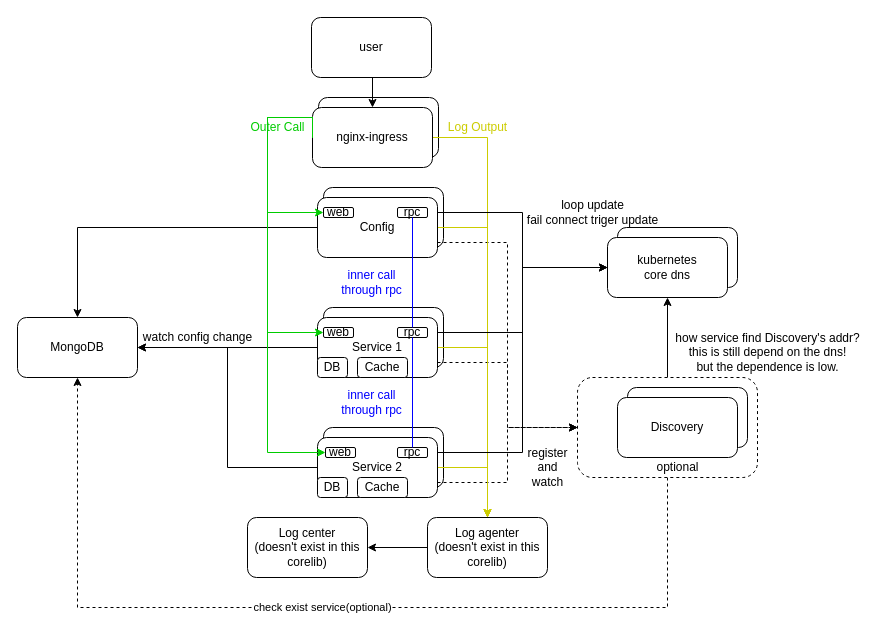
Before: Corelib.drawio in chenjie199234/Corelib, a draw.io diagram. Source tidied: cells renumbered, new cells numbered last; positions are measured from the earlier drawing's top-left corner, leaving out a move shared by most shapes. Both pictures are drawn from the tidied source at 100%, with x=0, y=0 at pixel (17, 17).
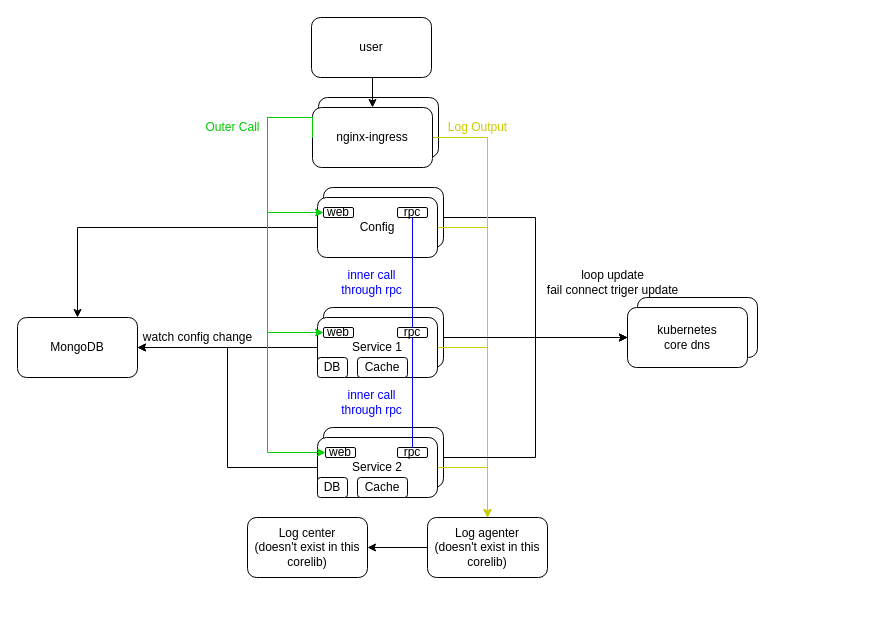
The same diagram, later.

The change refers to these unchanged cells:
```xml
<mxCell id="8" style="rounded=1;whiteSpace=wrap;html=1;" parent="1" vertex="1">
  <mxGeometry x="306" y="170" width="120" height="60" as="geometry" />
</mxCell>
<mxCell id="15" value="Config" style="rounded=1;whiteSpace=wrap;html=1;" parent="1" vertex="1">
  <mxGeometry x="300" y="180" width="120" height="60" as="geometry" />
</mxCell>
<mxCell id="16" style="rounded=1;whiteSpace=wrap;html=1;" parent="1" vertex="1">
  <mxGeometry x="306" y="290" width="120" height="60" as="geometry" />
</mxCell>
<mxCell id="21" value="Service 1" style="rounded=1;whiteSpace=wrap;html=1;" parent="1" vertex="1">
  <mxGeometry x="300" y="300" width="120" height="60" as="geometry" />
</mxCell>
<mxCell id="22" style="rounded=1;whiteSpace=wrap;html=1;" parent="1" vertex="1">
  <mxGeometry x="306" y="410" width="120" height="60" as="geometry" />
</mxCell>
<mxCell id="27" value="Service 2" style="rounded=1;whiteSpace=wrap;html=1;" parent="1" vertex="1">
  <mxGeometry x="300" y="420" width="120" height="60" as="geometry" />
</mxCell>
<mxCell id="28" value="MongoDB" style="rounded=1;whiteSpace=wrap;html=1;" parent="1" vertex="1">
  <mxGeometry y="300" width="120" height="60" as="geometry" />
</mxCell>
```

Change to the diagram source:
```diff
@@
     <mxCell id="2" style="rounded=1;whiteSpace=wrap;html=1;" parent="1" vertex="1">
-      <mxGeometry x="600" y="210" width="120" height="60" as="geometry" />
+      <mxGeometry x="620" y="280" width="120" height="60" as="geometry" />
     </mxCell>
-    <mxCell id="3" style="edgeStyle=orthogonalEdgeStyle;rounded=0;jettySize=auto;html=1;exitX=0.5;exitY=0;exitDx=0;exitDy=0;entryX=0.5;entryY=1;entryDx=0;entryDy=0;strokeColor=#000000;" parent="1" edge="1" source="5" target="46">
-      <mxGeometry relative="1" as="geometry" />
-    </mxCell>
-    <mxCell id="4" value="check exist service(optional)" style="edgeStyle=orthogonalEdgeStyle;rounded=0;jettySize=auto;html=1;entryX=0.5;entryY=1;entryDx=0;entryDy=0;dashed=1;" parent="1" edge="1" source="5" target="28">
-      <mxGeometry relative="1" as="geometry">
-        <Array as="points">
-          <mxPoint x="650" y="590" />
-          <mxPoint x="60" y="590" />
-        </Array>
-      </mxGeometry>
-    </mxCell>
-    <mxCell id="5" style="rounded=1;whiteSpace=wrap;html=1;dashed=1;" parent="1" vertex="1">
-      <mxGeometry x="560" y="360" width="180" height="100" as="geometry" />
-    </mxCell>
-    <mxCell id="6" style="rounded=1;whiteSpace=wrap;html=1;" parent="1" vertex="1">
-      <mxGeometry x="610" y="370" width="120" height="60" as="geometry" />
-    </mxCell>
@@
+    <mxCell id="60" style="edgeStyle=orthogonalEdgeStyle;rounded=0;jettySize=auto;html=1;exitX=1;exitY=0.5;exitDx=0;exitDy=0;entryX=0;entryY=0.5;entryDx=0;entryDy=0;" parent="1" edge="1" source="8" target="46">
+      <mxGeometry relative="1" as="geometry" />
+    </mxCell>
@@
-    <mxCell id="12" style="edgeStyle=orthogonalEdgeStyle;rounded=0;jettySize=auto;html=1;exitX=1;exitY=0.25;exitDx=0;exitDy=0;entryX=0;entryY=0.5;entryDx=0;entryDy=0;strokeColor=#000000;" parent="1" edge="1" source="15" target="46">
-      <mxGeometry relative="1" as="geometry" />
-    </mxCell>
-    <mxCell id="13" style="edgeStyle=orthogonalEdgeStyle;rounded=0;jettySize=auto;html=1;exitX=1;exitY=0.75;exitDx=0;exitDy=0;entryX=0;entryY=0.5;entryDx=0;entryDy=0;strokeColor=#000000;dashed=1;" parent="1" edge="1" source="15" target="5">
-      <mxGeometry relative="1" as="geometry" />
-    </mxCell>
@@
+    <mxCell id="61" style="edgeStyle=orthogonalEdgeStyle;rounded=0;jettySize=auto;html=1;exitX=1;exitY=0.5;exitDx=0;exitDy=0;" parent="1" edge="1" source="16" target="46">
+      <mxGeometry relative="1" as="geometry" />
+    </mxCell>
@@
-    <mxCell id="18" style="edgeStyle=orthogonalEdgeStyle;rounded=0;jettySize=auto;html=1;exitX=1;exitY=0.25;exitDx=0;exitDy=0;entryX=0;entryY=0.5;entryDx=0;entryDy=0;strokeColor=#000000;" parent="1" edge="1" source="21" target="46">
-      <mxGeometry relative="1" as="geometry" />
-    </mxCell>
-    <mxCell id="19" style="edgeStyle=orthogonalEdgeStyle;rounded=0;jettySize=auto;html=1;exitX=1;exitY=0.75;exitDx=0;exitDy=0;entryX=0;entryY=0.5;entryDx=0;entryDy=0;dashed=1;strokeColor=#000000;" parent="1" edge="1" source="21" target="5">
-      <mxGeometry relative="1" as="geometry" />
-    </mxCell>
@@
+    <mxCell id="62" style="edgeStyle=orthogonalEdgeStyle;rounded=0;jettySize=auto;html=1;exitX=1;exitY=0.5;exitDx=0;exitDy=0;entryX=0;entryY=0.5;entryDx=0;entryDy=0;" parent="1" edge="1" source="22" target="46">
+      <mxGeometry relative="1" as="geometry" />
+    </mxCell>
@@
-    <mxCell id="24" style="edgeStyle=orthogonalEdgeStyle;rounded=0;jettySize=auto;html=1;exitX=1;exitY=0.25;exitDx=0;exitDy=0;entryX=0;entryY=0.5;entryDx=0;entryDy=0;strokeColor=#000000;" parent="1" edge="1" source="27" target="46">
-      <mxGeometry relative="1" as="geometry" />
-    </mxCell>
-    <mxCell id="25" style="edgeStyle=orthogonalEdgeStyle;rounded=0;jettySize=auto;html=1;exitX=1;exitY=0.75;exitDx=0;exitDy=0;entryX=0;entryY=0.5;entryDx=0;entryDy=0;dashed=1;strokeColor=#000000;" parent="1" edge="1" source="27" target="5">
-      <mxGeometry relative="1" as="geometry" />
-    </mxCell>
@@
     <mxCell id="39" value="&lt;font color=&quot;#00cc00&quot;&gt;Outer Call&lt;/font&gt;" style="text;html=1;align=center;verticalAlign=middle;strokeColor=none;fillColor=none;" parent="1" vertex="1">
-      <mxGeometry x="225" y="100" width="70" height="20" as="geometry" />
+      <mxGeometry x="180" y="100" width="70" height="20" as="geometry" />
     </mxCell>
@@
     <mxCell id="46" value="kubernetes&lt;br&gt;core dns" style="rounded=1;whiteSpace=wrap;html=1;" parent="1" vertex="1">
-      <mxGeometry x="590" y="220" width="120" height="60" as="geometry" />
+      <mxGeometry x="610" y="290" width="120" height="60" as="geometry" />
     </mxCell>
-    <mxCell id="47" value="Discovery" style="rounded=1;whiteSpace=wrap;html=1;" parent="1" vertex="1">
-      <mxGeometry x="600" y="380" width="120" height="60" as="geometry" />
-    </mxCell>
-    <mxCell id="48" value="optional" style="text;html=1;align=center;verticalAlign=middle;strokeColor=none;fillColor=none;" parent="1" vertex="1">
-      <mxGeometry x="630" y="440" width="60" height="20" as="geometry" />
-    </mxCell>
-    <mxCell id="49" value="how service find Discovery's addr?&lt;br&gt;this is still depend on the dns!&lt;br&gt;but the dependence is low." style="text;html=1;align=center;verticalAlign=middle;strokeColor=none;fillColor=none;" parent="1" vertex="1">
-      <mxGeometry x="650" y="310" width="200" height="50" as="geometry" />
-    </mxCell>
     <mxCell id="50" value="loop update&lt;br&gt;fail connect triger update" style="text;html=1;align=center;verticalAlign=middle;strokeColor=none;fillColor=none;" parent="1" vertex="1">
-      <mxGeometry x="500" y="180" width="150" height="30" as="geometry" />
+      <mxGeometry x="520" y="250" width="150" height="30" as="geometry" />
     </mxCell>
-    <mxCell id="51" value="register&lt;br&gt;and&lt;br&gt;watch" style="text;html=1;align=center;verticalAlign=middle;strokeColor=none;fillColor=none;" parent="1" vertex="1">
-      <mxGeometry x="500" y="425" width="60" height="50" as="geometry" />
-    </mxCell>
```
